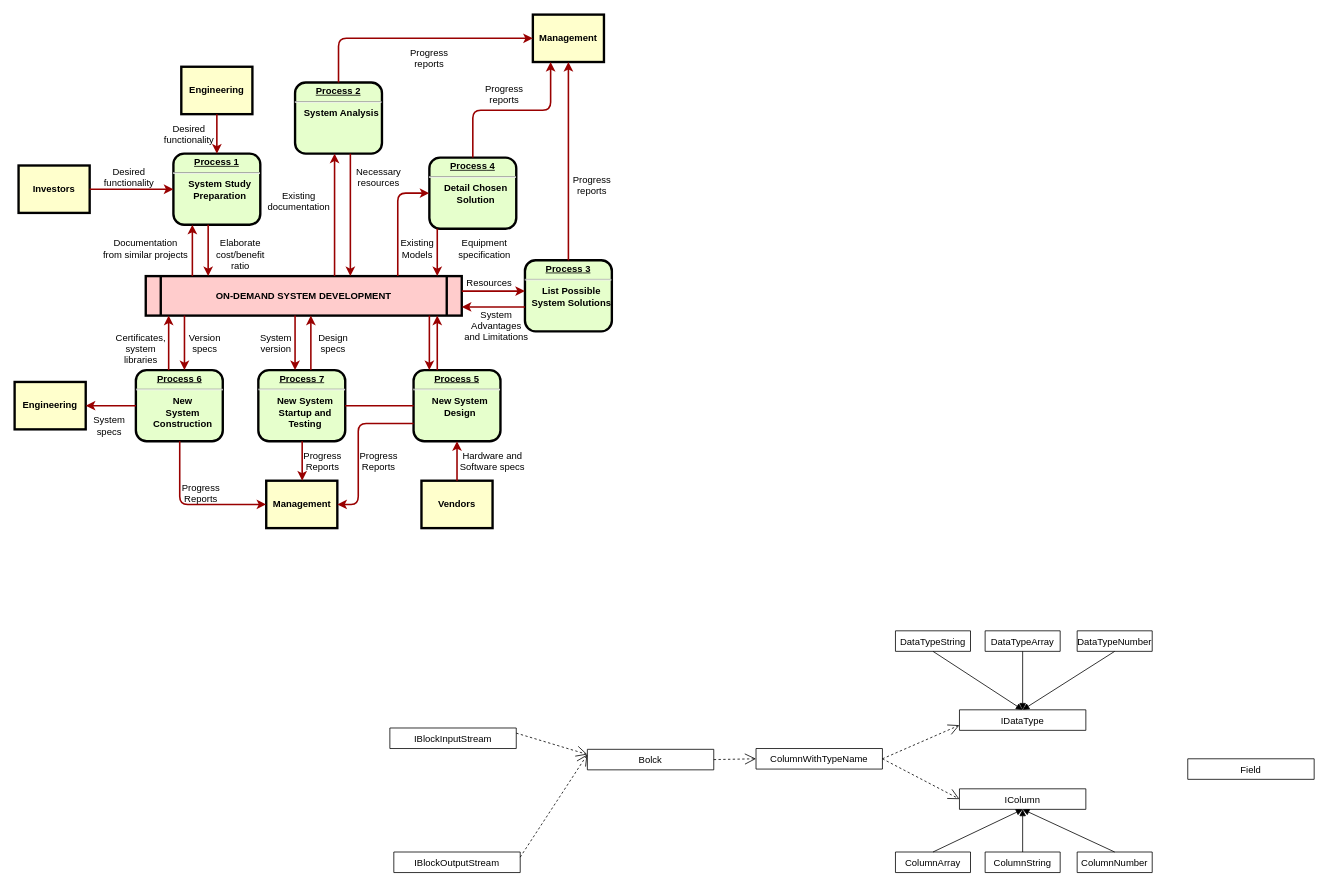
This is clickhouse.drawio from cicelprg/drawio, a draw.io file, before an edit. Source tidied: cells renumbered, new cells numbered last; positions are measured from the earlier drawing's top-left corner, leaving out a move shared by most shapes. Both pictures are drawn from the tidied source at 79%, with x=0, y=0 at pixel (14, 14).
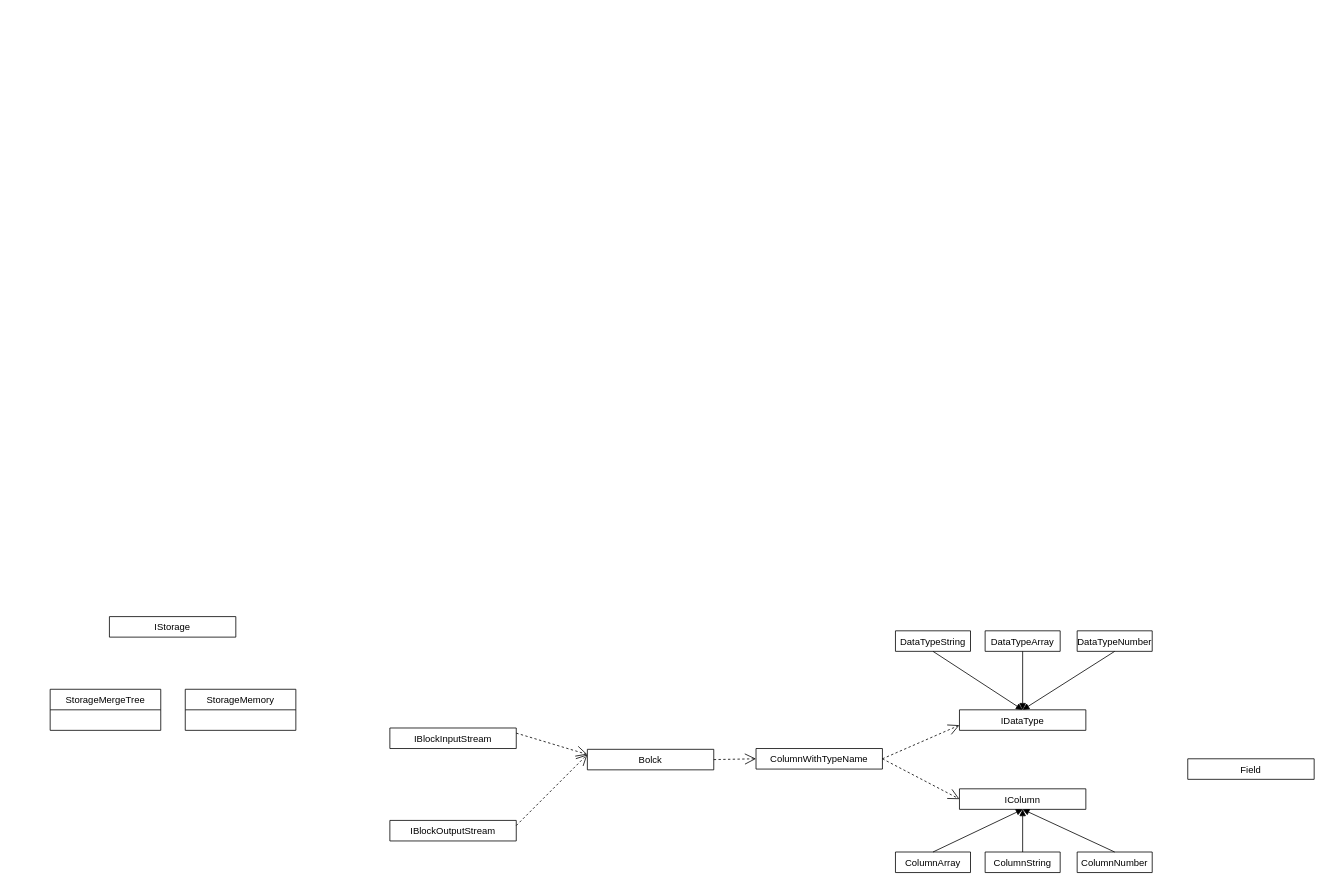
The same page after the edit.

Diff of the diagram source:
```diff
@@
-    <mxCell id="2" value="&lt;p style=&quot;margin: 0px; margin-top: 4px; text-align: center; text-decoration: underline;&quot;&gt;&lt;strong&gt;Process 1&lt;br /&gt;&lt;/strong&gt;&lt;/p&gt;&lt;hr /&gt;&lt;p style=&quot;margin: 0px; margin-left: 8px;&quot;&gt;System Study&lt;/p&gt;&lt;p style=&quot;margin: 0px; margin-left: 8px;&quot;&gt;Preparation&lt;/p&gt;" style="verticalAlign=middle;align=center;overflow=fill;fontSize=12;fontFamily=Helvetica;html=1;rounded=1;fontStyle=1;strokeWidth=3;fillColor=#E6FFCC;" parent="1" vertex="1">
-      <mxGeometry x="201" y="176" width="110" height="90" as="geometry" />
-    </mxCell>
-    <mxCell id="3" value="Engineering" style="whiteSpace=wrap;align=center;verticalAlign=middle;fontStyle=1;strokeWidth=3;fillColor=#FFFFCC;" parent="1" vertex="1">
-      <mxGeometry x="211" y="66" width="90" height="60" as="geometry" />
-    </mxCell>
-    <mxCell id="4" value="Investors" style="whiteSpace=wrap;align=center;verticalAlign=middle;fontStyle=1;strokeWidth=3;fillColor=#FFFFCC;" parent="1" vertex="1">
-      <mxGeometry x="5" y="191" width="90" height="60" as="geometry" />
-    </mxCell>
-    <mxCell id="5" value="ON-DEMAND SYSTEM DEVELOPMENT" style="shape=process;whiteSpace=wrap;align=center;verticalAlign=middle;size=0.0475;fontStyle=1;strokeWidth=3;fillColor=#FFCCCC;" parent="1" vertex="1">
-      <mxGeometry x="166" y="331" width="400" height="50" as="geometry" />
-    </mxCell>
-    <mxCell id="6" value="&lt;p style=&quot;margin: 0px; margin-top: 4px; text-align: center; text-decoration: underline;&quot;&gt;&lt;strong&gt;Process 2&lt;br /&gt;&lt;/strong&gt;&lt;/p&gt;&lt;hr /&gt;&lt;p style=&quot;margin: 0px; margin-left: 8px;&quot;&gt;System Analysis&lt;/p&gt;" style="verticalAlign=middle;align=center;overflow=fill;fontSize=12;fontFamily=Helvetica;html=1;rounded=1;fontStyle=1;strokeWidth=3;fillColor=#E6FFCC;" parent="1" vertex="1">
-      <mxGeometry x="355" y="86" width="110" height="90" as="geometry" />
-    </mxCell>
-    <mxCell id="7" value="&lt;p style=&quot;margin: 0px; margin-top: 4px; text-align: center; text-decoration: underline;&quot;&gt;&lt;strong&gt;&lt;strong&gt;Process&lt;/strong&gt; 3&lt;br /&gt;&lt;/strong&gt;&lt;/p&gt;&lt;hr /&gt;&lt;p style=&quot;margin: 0px; margin-left: 8px;&quot;&gt;List Possible&lt;/p&gt;&lt;p style=&quot;margin: 0px; margin-left: 8px;&quot;&gt;System Solutions&lt;/p&gt;" style="verticalAlign=middle;align=center;overflow=fill;fontSize=12;fontFamily=Helvetica;html=1;rounded=1;fontStyle=1;strokeWidth=3;fillColor=#E6FFCC;" parent="1" vertex="1">
-      <mxGeometry x="646" y="311" width="110" height="90" as="geometry" />
-    </mxCell>
-    <mxCell id="8" value="&lt;p style=&quot;margin: 0px; margin-top: 4px; text-align: center; text-decoration: underline;&quot;&gt;&lt;strong&gt;&lt;strong&gt;Process&lt;/strong&gt; 4&lt;br /&gt;&lt;/strong&gt;&lt;/p&gt;&lt;hr /&gt;&lt;p style=&quot;margin: 0px; margin-left: 8px;&quot;&gt;Detail Chosen&lt;/p&gt;&lt;p style=&quot;margin: 0px; margin-left: 8px;&quot;&gt;Solution&lt;/p&gt;" style="verticalAlign=middle;align=center;overflow=fill;fontSize=12;fontFamily=Helvetica;html=1;rounded=1;fontStyle=1;strokeWidth=3;fillColor=#E6FFCC;" parent="1" vertex="1">
-      <mxGeometry x="525" y="181" width="110" height="90" as="geometry" />
-    </mxCell>
-    <mxCell id="9" value="&lt;p style=&quot;margin: 0px; margin-top: 4px; text-align: center; text-decoration: underline;&quot;&gt;&lt;strong&gt;&lt;strong&gt;Process&lt;/strong&gt; 5&lt;br /&gt;&lt;/strong&gt;&lt;/p&gt;&lt;hr /&gt;&lt;p style=&quot;margin: 0px; margin-left: 8px;&quot;&gt;New System&lt;/p&gt;&lt;p style=&quot;margin: 0px; margin-left: 8px;&quot;&gt;Design&lt;/p&gt;" style="verticalAlign=middle;align=center;overflow=fill;fontSize=12;fontFamily=Helvetica;html=1;rounded=1;fontStyle=1;strokeWidth=3;fillColor=#E6FFCC;" parent="1" vertex="1">
-      <mxGeometry x="505" y="450" width="110" height="90" as="geometry" />
-    </mxCell>
-    <mxCell id="10" value="&lt;p style=&quot;margin: 0px; margin-top: 4px; text-align: center; text-decoration: underline;&quot;&gt;&lt;strong&gt;&lt;strong&gt;Process&lt;/strong&gt; 6&lt;br /&gt;&lt;/strong&gt;&lt;/p&gt;&lt;hr /&gt;&lt;p style=&quot;margin: 0px; margin-left: 8px;&quot;&gt;New&lt;/p&gt;&lt;p style=&quot;margin: 0px; margin-left: 8px;&quot;&gt;System&lt;/p&gt;&lt;p style=&quot;margin: 0px; margin-left: 8px;&quot;&gt;Construction&lt;/p&gt;" style="verticalAlign=middle;align=center;overflow=fill;fontSize=12;fontFamily=Helvetica;html=1;rounded=1;fontStyle=1;strokeWidth=3;fillColor=#E6FFCC;" parent="1" vertex="1">
-      <mxGeometry x="153.5" y="450" width="110" height="90" as="geometry" />
-    </mxCell>
-    <mxCell id="11" value="Management" style="whiteSpace=wrap;align=center;verticalAlign=middle;fontStyle=1;strokeWidth=3;fillColor=#FFFFCC;" parent="1" vertex="1">
-      <mxGeometry x="656" width="90" height="60" as="geometry" />
-    </mxCell>
-    <mxCell id="12" value="Management" style="whiteSpace=wrap;align=center;verticalAlign=middle;fontStyle=1;strokeWidth=3;fillColor=#FFFFCC;" parent="1" vertex="1">
-      <mxGeometry x="318.5" y="590" width="90" height="60" as="geometry" />
-    </mxCell>
-    <mxCell id="13" value="Engineering" style="whiteSpace=wrap;align=center;verticalAlign=middle;fontStyle=1;strokeWidth=3;fillColor=#FFFFCC;" parent="1" vertex="1">
-      <mxGeometry y="465" width="90" height="60" as="geometry" />
-    </mxCell>
-    <mxCell id="14" value="Vendors" style="whiteSpace=wrap;align=center;verticalAlign=middle;fontStyle=1;strokeWidth=3;fillColor=#FFFFCC;" parent="1" vertex="1">
-      <mxGeometry x="515" y="590" width="90" height="60" as="geometry" />
-    </mxCell>
-    <mxCell id="15" style="edgeStyle=none;noEdgeStyle=1;strokeColor=#990000;strokeWidth=2;" parent="1" edge="1" source="3" target="2">
-      <mxGeometry relative="1" as="geometry" />
-    </mxCell>
-    <mxCell id="16" style="edgeStyle=none;noEdgeStyle=1;strokeColor=#990000;strokeWidth=2;" parent="1" edge="1" source="4" target="2">
-      <mxGeometry relative="1" as="geometry" />
-    </mxCell>
-    <mxCell id="17" value="&lt;p style=&quot;margin: 0px; margin-top: 4px; text-align: center; text-decoration: underline;&quot;&gt;&lt;strong&gt;&lt;strong&gt;Process&lt;/strong&gt; 7&lt;br /&gt;&lt;/strong&gt;&lt;/p&gt;&lt;hr /&gt;&lt;p style=&quot;margin: 0px; margin-left: 8px;&quot;&gt;New System&lt;/p&gt;&lt;p style=&quot;margin: 0px; margin-left: 8px;&quot;&gt;Startup and&lt;/p&gt;&lt;p style=&quot;margin: 0px; margin-left: 8px;&quot;&gt;Testing&lt;/p&gt;" style="verticalAlign=middle;align=center;overflow=fill;fontSize=12;fontFamily=Helvetica;html=1;rounded=1;fontStyle=1;strokeWidth=3;fillColor=#E6FFCC;" parent="1" vertex="1">
-      <mxGeometry x="308.5" y="450" width="110" height="90" as="geometry" />
-    </mxCell>
-    <mxCell id="18" style="endArrow=none;noEdgeStyle=1;strokeColor=#990000;strokeWidth=2;" parent="1" edge="1" source="9" target="17">
-      <mxGeometry relative="1" as="geometry" />
-    </mxCell>
-    <mxCell id="19" value="Desired &#10;functionality" style="text;spacingTop=-5;align=center;" parent="1" vertex="1">
-      <mxGeometry x="130" y="191" width="30" height="20" as="geometry" />
-    </mxCell>
-    <mxCell id="20" value="Desired &#10;functionality" style="text;spacingTop=-5;align=center;" parent="1" vertex="1">
-      <mxGeometry x="206" y="136" width="30" height="20" as="geometry" />
-    </mxCell>
-    <mxCell id="21" value="Documentation&#10;from similar projects" style="text;spacingTop=-5;align=center;" parent="1" vertex="1">
-      <mxGeometry x="151" y="281" width="30" height="20" as="geometry" />
-    </mxCell>
-    <mxCell id="22" style="edgeStyle=elbowEdgeStyle;elbow=horizontal;strokeColor=#990000;strokeWidth=2;" parent="1" edge="1" source="5" target="2">
-      <mxGeometry relative="1" as="geometry">
-        <Array as="points">
-          <mxPoint x="225" y="310" />
-        </Array>
-      </mxGeometry>
-    </mxCell>
-    <mxCell id="23" style="edgeStyle=elbowEdgeStyle;elbow=horizontal;strokeColor=#990000;strokeWidth=2;" parent="1" edge="1" source="2" target="5">
-      <mxGeometry relative="1" as="geometry">
-        <Array as="points">
-          <mxPoint x="245" y="300" />
-        </Array>
-      </mxGeometry>
-    </mxCell>
-    <mxCell id="24" value="Elaborate&#10;cost/benefit&#10;ratio" style="text;spacingTop=-5;align=center;" parent="1" vertex="1">
-      <mxGeometry x="271" y="281" width="30" height="20" as="geometry" />
-    </mxCell>
-    <mxCell id="25" style="edgeStyle=elbowEdgeStyle;elbow=horizontal;strokeColor=#990000;strokeWidth=2;" parent="1" edge="1" source="5" target="6">
-      <mxGeometry relative="1" as="geometry">
-        <Array as="points">
-          <mxPoint x="405" y="250" />
-        </Array>
-      </mxGeometry>
-    </mxCell>
-    <mxCell id="26" style="edgeStyle=elbowEdgeStyle;elbow=horizontal;strokeColor=#990000;strokeWidth=2;" parent="1" edge="1" source="6" target="5">
-      <mxGeometry relative="1" as="geometry">
-        <Array as="points">
-          <mxPoint x="425" y="260" />
-        </Array>
-      </mxGeometry>
-    </mxCell>
-    <mxCell id="27" value="Existing&#10;documentation" style="text;spacingTop=-5;align=center;" parent="1" vertex="1">
-      <mxGeometry x="345" y="221" width="30" height="20" as="geometry" />
-    </mxCell>
-    <mxCell id="28" value="Necessary&#10;resources" style="text;spacingTop=-5;align=center;" parent="1" vertex="1">
-      <mxGeometry x="446" y="191" width="30" height="20" as="geometry" />
-    </mxCell>
-    <mxCell id="29" value="Progress&#10;reports" style="text;spacingTop=-5;align=center;" parent="1" vertex="1">
-      <mxGeometry x="510" y="40" width="30" height="20" as="geometry" />
-    </mxCell>
-    <mxCell id="30" value="Progress&#10;reports" style="text;spacingTop=-5;align=center;" parent="1" vertex="1">
-      <mxGeometry x="605" y="86" width="30" height="20" as="geometry" />
-    </mxCell>
-    <mxCell id="31" value="Progress&#10;reports" style="text;spacingTop=-5;align=center;" parent="1" vertex="1">
-      <mxGeometry x="716" y="201" width="30" height="20" as="geometry" />
-    </mxCell>
-    <mxCell id="32" style="edgeStyle=elbowEdgeStyle;elbow=horizontal;strokeColor=#990000;strokeWidth=2;" parent="1" edge="1" source="6" target="11">
-      <mxGeometry relative="1" as="geometry">
-        <Array as="points">
-          <mxPoint x="410" y="80" />
-        </Array>
-      </mxGeometry>
-    </mxCell>
-    <mxCell id="33" style="edgeStyle=elbowEdgeStyle;elbow=vertical;entryX=0.25;entryY=1;strokeColor=#990000;strokeWidth=2;" parent="1" edge="1" source="8" target="11">
-      <mxGeometry relative="1" as="geometry" />
-    </mxCell>
-    <mxCell id="34" style="edgeStyle=elbowEdgeStyle;elbow=horizontal;strokeColor=#990000;strokeWidth=2;" parent="1" edge="1" source="7" target="11">
-      <mxGeometry relative="1" as="geometry" />
-    </mxCell>
-    <mxCell id="35" style="edgeStyle=elbowEdgeStyle;elbow=horizontal;strokeColor=#990000;strokeWidth=2;" parent="1" edge="1" source="8" target="5">
-      <mxGeometry relative="1" as="geometry">
-        <Array as="points">
-          <mxPoint x="535" y="300" />
-        </Array>
-      </mxGeometry>
-    </mxCell>
-    <mxCell id="36" style="edgeStyle=segmentEdgeStyle;strokeColor=#990000;strokeWidth=2;" parent="1" edge="1" source="5" target="8">
-      <mxGeometry relative="1" as="geometry">
-        <Array as="points">
-          <mxPoint x="485" y="226" />
-        </Array>
-      </mxGeometry>
-    </mxCell>
-    <mxCell id="37" value="Existing&#10;Models" style="text;spacingTop=-5;align=center;" parent="1" vertex="1">
-      <mxGeometry x="495" y="281" width="30" height="20" as="geometry" />
-    </mxCell>
-    <mxCell id="38" value="Equipment&#10;specification" style="text;spacingTop=-5;align=center;" parent="1" vertex="1">
-      <mxGeometry x="580" y="281" width="30" height="20" as="geometry" />
-    </mxCell>
-    <mxCell id="39" style="edgeStyle=elbowEdgeStyle;elbow=vertical;strokeColor=#990000;strokeWidth=2;" parent="1" edge="1" source="5" target="7">
-      <mxGeometry relative="1" as="geometry">
-        <Array as="points">
-          <mxPoint x="615" y="350" />
-        </Array>
-      </mxGeometry>
-    </mxCell>
-    <mxCell id="40" style="edgeStyle=elbowEdgeStyle;elbow=vertical;strokeColor=#990000;strokeWidth=2;" parent="1" edge="1" source="7" target="5">
-      <mxGeometry relative="1" as="geometry">
-        <Array as="points">
-          <mxPoint x="615" y="370" />
-        </Array>
-      </mxGeometry>
-    </mxCell>
-    <mxCell id="41" value="Resources" style="text;spacingTop=-5;align=center;" parent="1" vertex="1">
-      <mxGeometry x="586" y="331" width="30" height="20" as="geometry" />
-    </mxCell>
-    <mxCell id="42" value="System &#10;Advantages &#10;and Limitations" style="text;spacingTop=-5;align=center;" parent="1" vertex="1">
-      <mxGeometry x="595" y="371" width="30" height="20" as="geometry" />
-    </mxCell>
-    <mxCell id="43" style="edgeStyle=elbowEdgeStyle;elbow=horizontal;strokeColor=#990000;strokeWidth=2;" parent="1" edge="1" source="9" target="5">
-      <mxGeometry relative="1" as="geometry">
-        <Array as="points">
-          <mxPoint x="535" y="410" />
-        </Array>
-      </mxGeometry>
-    </mxCell>
-    <mxCell id="44" style="edgeStyle=elbowEdgeStyle;elbow=horizontal;strokeColor=#990000;strokeWidth=2;" parent="1" edge="1" source="5" target="9">
-      <mxGeometry relative="1" as="geometry">
-        <Array as="points">
-          <mxPoint x="525" y="420" />
-        </Array>
-      </mxGeometry>
-    </mxCell>
-    <mxCell id="45" style="edgeStyle=elbowEdgeStyle;elbow=horizontal;strokeColor=#990000;strokeWidth=2;" parent="1" edge="1" source="14" target="9">
-      <mxGeometry relative="1" as="geometry" />
-    </mxCell>
-    <mxCell id="46" value="Hardware and&#10;Software specs" style="text;spacingTop=-5;align=center;" parent="1" vertex="1">
-      <mxGeometry x="590" y="550" width="30" height="20" as="geometry" />
-    </mxCell>
-    <mxCell id="47" style="edgeStyle=elbowEdgeStyle;elbow=horizontal;exitX=0;exitY=0.75;strokeColor=#990000;strokeWidth=2;" parent="1" edge="1" source="9" target="12">
-      <mxGeometry relative="1" as="geometry">
-        <Array as="points">
-          <mxPoint x="435" y="570" />
-        </Array>
-      </mxGeometry>
-    </mxCell>
-    <mxCell id="48" value="Progress&#10;Reports" style="text;spacingTop=-5;align=center;" parent="1" vertex="1">
-      <mxGeometry x="446" y="550" width="30" height="20" as="geometry" />
-    </mxCell>
-    <mxCell id="49" style="edgeStyle=elbowEdgeStyle;elbow=horizontal;strokeColor=#990000;strokeWidth=2;" parent="1" edge="1" source="17" target="12">
-      <mxGeometry relative="1" as="geometry" />
-    </mxCell>
-    <mxCell id="50" value="Progress&#10;Reports" style="text;spacingTop=-5;align=center;" parent="1" vertex="1">
-      <mxGeometry x="375" y="550" width="30" height="20" as="geometry" />
-    </mxCell>
-    <mxCell id="51" style="edgeStyle=elbowEdgeStyle;elbow=horizontal;strokeColor=#990000;strokeWidth=2;" parent="1" edge="1" source="10" target="12">
-      <mxGeometry relative="1" as="geometry">
-        <Array as="points">
-          <mxPoint x="209" y="570" />
-        </Array>
-      </mxGeometry>
-    </mxCell>
-    <mxCell id="52" value="Progress&#10;Reports" style="text;spacingTop=-5;align=center;" parent="1" vertex="1">
-      <mxGeometry x="221" y="590" width="30" height="20" as="geometry" />
-    </mxCell>
-    <mxCell id="53" style="edgeStyle=elbowEdgeStyle;elbow=vertical;strokeColor=#990000;strokeWidth=2;" parent="1" edge="1" source="10" target="13">
-      <mxGeometry relative="1" as="geometry" />
-    </mxCell>
-    <mxCell id="54" style="edgeStyle=elbowEdgeStyle;elbow=horizontal;strokeColor=#990000;strokeWidth=2;" parent="1" edge="1" source="5" target="17">
-      <mxGeometry relative="1" as="geometry">
-        <Array as="points">
-          <mxPoint x="355" y="410" />
-        </Array>
-      </mxGeometry>
-    </mxCell>
-    <mxCell id="55" style="edgeStyle=elbowEdgeStyle;elbow=horizontal;strokeColor=#990000;strokeWidth=2;" parent="1" edge="1" source="17" target="5">
-      <mxGeometry relative="1" as="geometry">
-        <Array as="points">
-          <mxPoint x="375" y="410" />
-        </Array>
-      </mxGeometry>
-    </mxCell>
-    <mxCell id="56" value="Version&#10;specs" style="text;spacingTop=-5;align=center;" parent="1" vertex="1">
-      <mxGeometry x="226" y="401" width="30" height="20" as="geometry" />
-    </mxCell>
-    <mxCell id="57" value="Certificates,&#10;system&#10;libraries" style="text;spacingTop=-5;align=center;" parent="1" vertex="1">
-      <mxGeometry x="145" y="401" width="30" height="20" as="geometry" />
-    </mxCell>
-    <mxCell id="58" style="edgeStyle=elbowEdgeStyle;elbow=horizontal;strokeColor=#990000;strokeWidth=2;" parent="1" edge="1" source="5" target="10">
-      <mxGeometry relative="1" as="geometry">
-        <Array as="points">
-          <mxPoint x="215" y="410" />
-        </Array>
-      </mxGeometry>
-    </mxCell>
-    <mxCell id="59" style="edgeStyle=elbowEdgeStyle;elbow=horizontal;strokeColor=#990000;strokeWidth=2;" parent="1" edge="1" source="10" target="5">
-      <mxGeometry relative="1" as="geometry">
-        <Array as="points">
-          <mxPoint x="195" y="410" />
-        </Array>
-      </mxGeometry>
-    </mxCell>
-    <mxCell id="60" value="System&#10;specs" style="text;spacingTop=-5;align=center;" parent="1" vertex="1">
-      <mxGeometry x="105" y="505" width="30" height="20" as="geometry" />
-    </mxCell>
-    <mxCell id="61" value="Design&#10;specs" style="text;spacingTop=-5;align=center;" parent="1" vertex="1">
-      <mxGeometry x="388.5" y="401" width="30" height="20" as="geometry" />
-    </mxCell>
-    <mxCell id="62" value="System&#10;version" style="text;spacingTop=-5;align=center;" parent="1" vertex="1">
-      <mxGeometry x="316" y="401" width="30" height="20" as="geometry" />
-    </mxCell>
@@
     <mxCell id="84" value="IBlockOutputStream" style="swimlane;fontStyle=0;horizontal=1;startSize=26;fillColor=none;" parent="1" vertex="1" collapsed="1">
-      <mxGeometry x="480" y="1060" width="160" height="26" as="geometry" />
+      <mxGeometry x="475" y="1020" width="160" height="26" as="geometry" />
     </mxCell>
@@
+    <mxCell id="87" value="IStorage" style="swimlane;fontStyle=0;horizontal=1;startSize=26;fillColor=none;" parent="1" vertex="1" collapsed="1">
+      <mxGeometry x="120" y="762" width="160" height="26" as="geometry" />
+    </mxCell>
+    <mxCell id="88" value="StorageMergeTree" style="swimlane;fontStyle=0;horizontal=1;startSize=26;fillColor=none;" parent="1" vertex="1">
+      <mxGeometry x="45" y="854" width="140" height="52" as="geometry" />
+    </mxCell>
+    <mxCell id="89" value="StorageMemory" style="swimlane;fontStyle=0;horizontal=1;startSize=26;fillColor=none;" parent="1" vertex="1">
+      <mxGeometry x="216" y="854" width="140" height="52" as="geometry" />
+    </mxCell>
```
